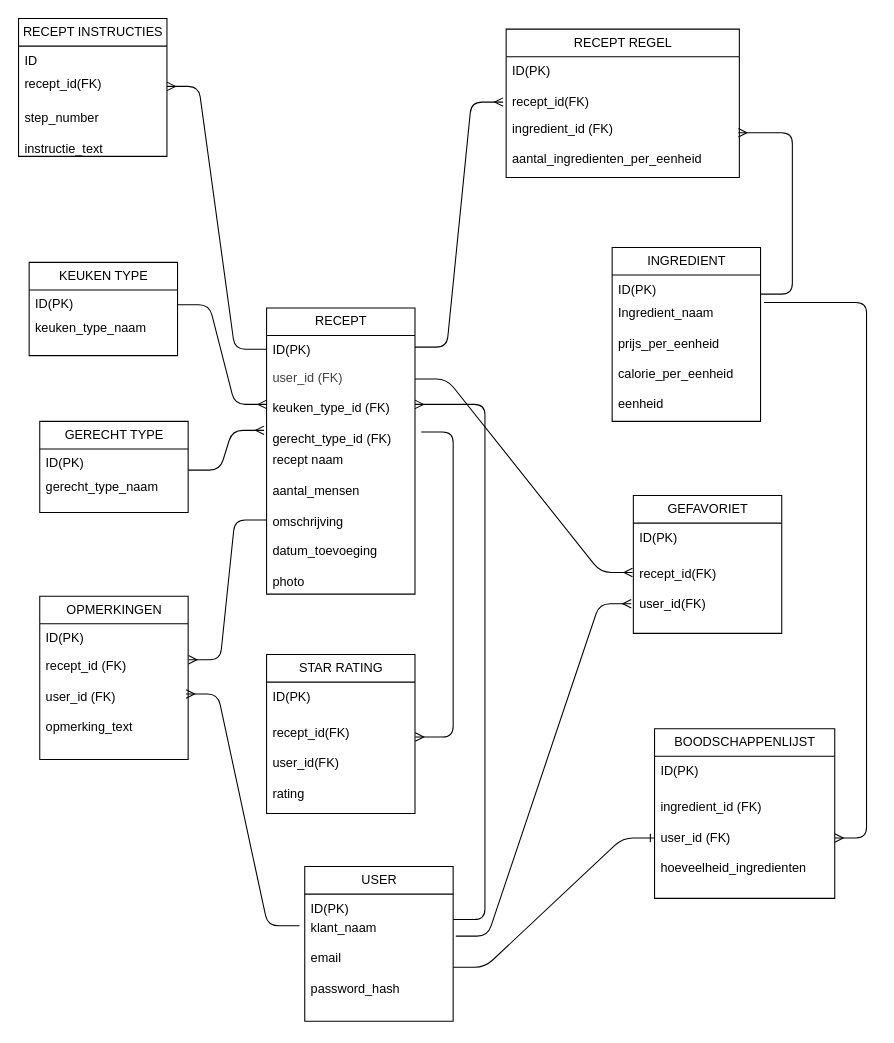
Before: documents/design/VER-ERD-Entitty_Relationship_Diagram-JM-V1.drawio in JaphletM/educom-verrukkulluk-1770023420, a draw.io diagram. Source tidied: cells renumbered, new cells numbered last; positions are measured from the earlier drawing's top-left corner, leaving out a move shared by most shapes. Both pictures are drawn from the tidied source at 106%, with x=0, y=0 at pixel (18, 18).
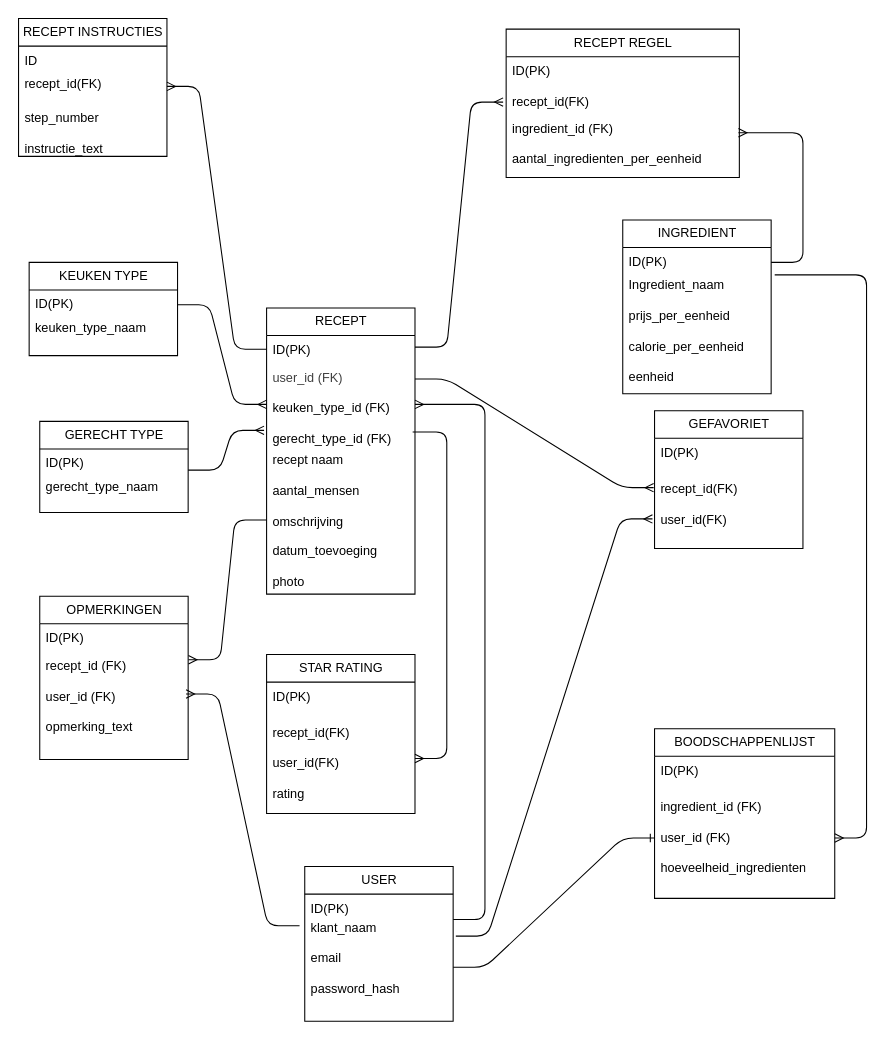
The same diagram, later.

Commit message (it also covers changes not shown here):
FlowDiagram_bijwerken

Unchanged cells that the change refers to:
```xml
<mxCell id="9" value="&lt;div&gt;ingredient_id (FK)&lt;/div&gt;&lt;div&gt;&lt;br&gt;&lt;/div&gt;&lt;div&gt;aantal_ingredienten_per_eenheid&lt;/div&gt;&lt;div&gt;&lt;br&gt;&lt;/div&gt;&lt;div&gt;&lt;br&gt;&lt;/div&gt;&lt;div&gt;&lt;br&gt;&lt;/div&gt;&lt;div&gt;&lt;br&gt;&lt;/div&gt;&lt;div&gt;&lt;br&gt;&lt;/div&gt;&lt;div&gt;&lt;br&gt;&lt;/div&gt;&lt;div&gt;&lt;br&gt;&lt;/div&gt;" style="text;strokeColor=none;fillColor=none;align=left;verticalAlign=top;spacingLeft=4;spacingRight=4;overflow=hidden;points=[[0,0.5],[1,0.5]];portConstraint=eastwest;whiteSpace=wrap;html=1;" parent="7" vertex="1">
  <mxGeometry y="80" width="220" height="60" as="geometry" />
</mxCell>
<mxCell id="48" value="&lt;div&gt;&lt;font color=&quot;#000000&quot;&gt;&lt;br&gt;&lt;/font&gt;&lt;/div&gt;&lt;div&gt;&lt;font color=&quot;#000000&quot;&gt;recept_id(FK)&lt;/font&gt;&lt;/div&gt;&lt;div&gt;&lt;font color=&quot;#000000&quot;&gt;&lt;br&gt;&lt;/font&gt;&lt;/div&gt;&lt;div&gt;&lt;font color=&quot;#000000&quot;&gt;user_id(FK)&lt;/font&gt;&lt;/div&gt;&lt;div&gt;&lt;font color=&quot;#000000&quot;&gt;&lt;br&gt;&lt;/font&gt;&lt;/div&gt;&lt;div&gt;&lt;font color=&quot;#000000&quot;&gt;rating&lt;/font&gt;&lt;/div&gt;&lt;div&gt;&lt;font color=&quot;#000000&quot;&gt;&lt;font color=&quot;#000000&quot;&gt;&lt;br&gt;&lt;/font&gt;&lt;/font&gt;&lt;div&gt;&lt;font color=&quot;#000000&quot;&gt;&lt;br&gt;&lt;/font&gt;&lt;/div&gt;&lt;div&gt;&lt;br&gt;&lt;/div&gt;&lt;div&gt;&lt;div&gt;&lt;br&gt;&lt;/div&gt;&lt;/div&gt;&lt;/div&gt;" style="text;strokeColor=none;fillColor=none;align=left;verticalAlign=top;spacingLeft=4;spacingRight=4;overflow=hidden;points=[[0,0.5],[1,0.5]];portConstraint=eastwest;whiteSpace=wrap;html=1;" parent="46" vertex="1">
  <mxGeometry y="46" width="140" height="104" as="geometry" />
</mxCell>
```

What changed in the source:
```diff
@@
     <mxCell id="13" value="GEFAVORIET" style="swimlane;fontStyle=0;horizontal=1;startSize=26;fillColor=none;html=1;" parent="1" vertex="1">
-      <mxGeometry x="580" y="450" width="140" height="130" as="geometry" />
+      <mxGeometry x="600" y="370" width="140" height="130" as="geometry" />
     </mxCell>
@@
     <mxCell id="16" value="INGREDIENT" style="swimlane;fontStyle=0;horizontal=1;startSize=26;fillColor=none;html=1;" parent="1" vertex="1">
-      <mxGeometry x="560" y="216" width="140" height="164" as="geometry" />
+      <mxGeometry x="570" y="190" width="140" height="164" as="geometry" />
     </mxCell>
@@
     <mxCell id="44" style="edgeStyle=entityRelationEdgeStyle;fontSize=12;html=1;endArrow=ERmany;entryX=0.996;entryY=0.296;entryDx=0;entryDy=0;entryPerimeter=0;" parent="1" edge="1" target="9">
       <mxGeometry relative="1" as="geometry">
-        <mxPoint x="700" y="260" as="sourcePoint" />
+        <mxPoint x="710" y="230" as="sourcePoint" />
         <Array as="points">
           <mxPoint x="960" y="220" />
         </Array>
       </mxGeometry>
     </mxCell>
@@
-    <mxCell id="49" style="edgeStyle=entityRelationEdgeStyle;fontSize=12;html=1;endArrow=ERmany;entryX=1.002;entryY=0.306;entryDx=0;entryDy=0;entryPerimeter=0;" parent="1" edge="1" target="48">
+    <mxCell id="49" style="edgeStyle=entityRelationEdgeStyle;fontSize=12;html=1;endArrow=ERmany;exitX=0.979;exitY=0.833;exitDx=0;exitDy=0;exitPerimeter=0;" parent="1" edge="1" target="48">
       <mxGeometry relative="1" as="geometry">
-        <mxPoint x="380" y="390" as="sourcePoint" />
+        <mxPoint x="371.8" y="390" as="sourcePoint" />
         <Array as="points">
-          <mxPoint x="450" y="620" />
+          <mxPoint x="450.7" y="620" />
         </Array>
       </mxGeometry>
     </mxCell>
```
